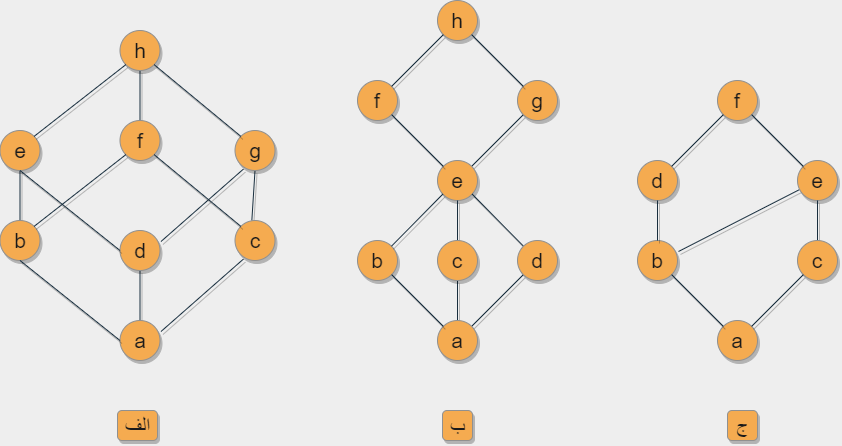
Before: 4,5/v3.drawio.png, a diagram exported from draw.io (CenaAshoori/DM-CONTENT). Source tidied: cells renumbered, new cells last; positions are measured from the earlier drawing's top-left corner, leaving out a move shared by most shapes.
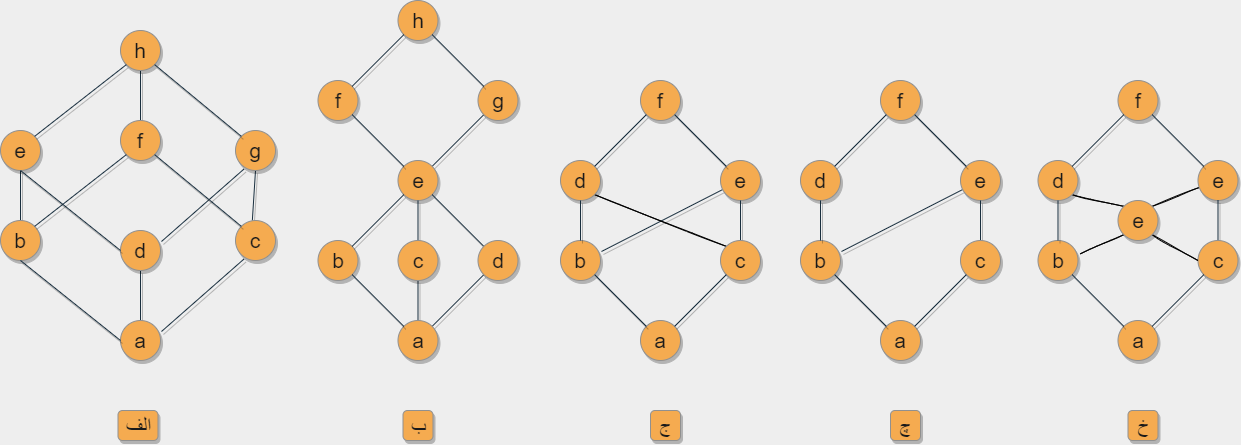
The same file after the commit.

Diff of the diagram source:
```diff
@@ -44,3 +44,3 @@
     <mxCell id="15" value="h" style="ellipse;whiteSpace=wrap;html=1;sketch=0;rounded=1;labelBackgroundColor=none;labelBorderColor=none;fontSize=21;fontFamily=Helvetica;shadow=1;fillColor=#F5AB50;strokeColor=#909090;fontColor=#1A1A1A;" parent="1" vertex="1">
-      <mxGeometry x="438" width="40" height="40" as="geometry" />
+      <mxGeometry x="235.5" width="40" height="40" as="geometry" />
     </mxCell>
@@ -50,12 +50,12 @@
     <mxCell id="17" value="g" style="ellipse;whiteSpace=wrap;html=1;sketch=0;rounded=1;labelBackgroundColor=none;labelBorderColor=none;fontSize=21;fontFamily=Helvetica;shadow=1;fillColor=#F5AB50;strokeColor=#909090;fontColor=#1A1A1A;" parent="1" vertex="1">
-      <mxGeometry x="518" y="80" width="40" height="40" as="geometry" />
+      <mxGeometry x="315.5" y="80" width="40" height="40" as="geometry" />
     </mxCell>
     <mxCell id="18" value="e" style="ellipse;whiteSpace=wrap;html=1;sketch=0;rounded=1;labelBackgroundColor=none;labelBorderColor=none;fontSize=21;fontFamily=Helvetica;shadow=1;fillColor=#F5AB50;strokeColor=#909090;fontColor=#1A1A1A;" parent="1" vertex="1">
-      <mxGeometry x="438" y="160" width="40" height="40" as="geometry" />
+      <mxGeometry x="235.5" y="160" width="40" height="40" as="geometry" />
     </mxCell>
     <mxCell id="19" value="b" style="ellipse;whiteSpace=wrap;html=1;sketch=0;rounded=1;labelBackgroundColor=none;labelBorderColor=none;fontSize=21;fontFamily=Helvetica;shadow=1;fillColor=#F5AB50;strokeColor=#909090;fontColor=#1A1A1A;" parent="1" vertex="1">
-      <mxGeometry x="358" y="240" width="40" height="40" as="geometry" />
+      <mxGeometry x="155.5" y="240" width="40" height="40" as="geometry" />
     </mxCell>
     <mxCell id="20" value="f" style="ellipse;whiteSpace=wrap;html=1;sketch=0;rounded=1;labelBackgroundColor=none;labelBorderColor=none;fontSize=21;fontFamily=Helvetica;shadow=1;fillColor=#F5AB50;strokeColor=#909090;fontColor=#1A1A1A;" parent="1" vertex="1">
-      <mxGeometry x="358" y="80" width="40" height="40" as="geometry" />
+      <mxGeometry x="155.5" y="80" width="40" height="40" as="geometry" />
     </mxCell>
@@ -68,3 +68,3 @@
     <mxCell id="23" value="a" style="ellipse;whiteSpace=wrap;html=1;sketch=0;rounded=1;labelBackgroundColor=none;labelBorderColor=none;fontSize=21;fontFamily=Helvetica;shadow=1;fillColor=#F5AB50;strokeColor=#909090;fontColor=#1A1A1A;" parent="1" vertex="1">
-      <mxGeometry x="438" y="320" width="40" height="40" as="geometry" />
+      <mxGeometry x="235.5" y="320" width="40" height="40" as="geometry" />
     </mxCell>
@@ -89,3 +89,3 @@
     <mxCell id="30" value="d" style="ellipse;whiteSpace=wrap;html=1;sketch=0;rounded=1;labelBackgroundColor=none;labelBorderColor=none;fontSize=21;fontFamily=Helvetica;shadow=1;fillColor=#F5AB50;strokeColor=#909090;fontColor=#1A1A1A;" parent="1" vertex="1">
-      <mxGeometry x="518" y="240" width="40" height="40" as="geometry" />
+      <mxGeometry x="315.5" y="240" width="40" height="40" as="geometry" />
     </mxCell>
@@ -95,3 +95,3 @@
     <mxCell id="32" value="h" style="ellipse;whiteSpace=wrap;html=1;sketch=0;rounded=1;labelBackgroundColor=none;labelBorderColor=none;fontSize=21;fontFamily=Helvetica;shadow=1;fillColor=#F5AB50;strokeColor=#909090;fontColor=#1A1A1A;" parent="1" vertex="1">
-      <mxGeometry x="120.5" y="30" width="40" height="40" as="geometry" />
+      <mxGeometry x="-42" y="30" width="40" height="40" as="geometry" />
     </mxCell>
@@ -104,3 +104,3 @@
     <mxCell id="35" value="g" style="ellipse;whiteSpace=wrap;html=1;sketch=0;rounded=1;labelBackgroundColor=none;labelBorderColor=none;fontSize=21;fontFamily=Helvetica;shadow=1;fillColor=#F5AB50;strokeColor=#909090;fontColor=#1A1A1A;" parent="1" vertex="1">
-      <mxGeometry x="235.5" y="130" width="40" height="40" as="geometry" />
+      <mxGeometry x="73" y="130" width="40" height="40" as="geometry" />
     </mxCell>
@@ -110,3 +110,3 @@
     <mxCell id="37" value="d" style="ellipse;whiteSpace=wrap;html=1;sketch=0;rounded=1;labelBackgroundColor=none;labelBorderColor=none;fontSize=21;fontFamily=Helvetica;shadow=1;fillColor=#F5AB50;strokeColor=#909090;fontColor=#1A1A1A;" parent="1" vertex="1">
-      <mxGeometry x="120.5" y="230" width="40" height="40" as="geometry" />
+      <mxGeometry x="-42" y="230" width="40" height="40" as="geometry" />
     </mxCell>
@@ -116,3 +116,3 @@
     <mxCell id="39" value="e" style="ellipse;whiteSpace=wrap;html=1;sketch=0;rounded=1;labelBackgroundColor=none;labelBorderColor=none;fontSize=21;fontFamily=Helvetica;shadow=1;fillColor=#F5AB50;strokeColor=#909090;fontColor=#1A1A1A;" parent="1" vertex="1">
-      <mxGeometry x="0.5" y="130" width="40" height="40" as="geometry" />
+      <mxGeometry x="-162" y="130" width="40" height="40" as="geometry" />
     </mxCell>
@@ -128,3 +128,3 @@
     <mxCell id="43" value="f" style="ellipse;whiteSpace=wrap;html=1;sketch=0;rounded=1;labelBackgroundColor=none;labelBorderColor=none;fontSize=21;fontFamily=Helvetica;shadow=1;fillColor=#F5AB50;strokeColor=#909090;fontColor=#1A1A1A;" parent="1" vertex="1">
-      <mxGeometry x="120.5" y="120" width="40" height="40" as="geometry" />
+      <mxGeometry x="-42" y="120" width="40" height="40" as="geometry" />
     </mxCell>
@@ -134,9 +134,9 @@
     <mxCell id="45" value="c" style="ellipse;whiteSpace=wrap;html=1;sketch=0;rounded=1;labelBackgroundColor=none;labelBorderColor=none;fontSize=21;fontFamily=Helvetica;shadow=1;fillColor=#F5AB50;strokeColor=#909090;fontColor=#1A1A1A;" parent="1" vertex="1">
-      <mxGeometry x="235.5" y="220" width="40" height="40" as="geometry" />
+      <mxGeometry x="73" y="220" width="40" height="40" as="geometry" />
     </mxCell>
     <mxCell id="46" value="a" style="ellipse;whiteSpace=wrap;html=1;sketch=0;rounded=1;labelBackgroundColor=none;labelBorderColor=none;fontSize=21;fontFamily=Helvetica;shadow=1;fillColor=#F5AB50;strokeColor=#909090;fontColor=#1A1A1A;" parent="1" vertex="1">
-      <mxGeometry x="120.5" y="320" width="40" height="40" as="geometry" />
+      <mxGeometry x="-42" y="320" width="40" height="40" as="geometry" />
     </mxCell>
     <mxCell id="47" value="b" style="ellipse;whiteSpace=wrap;html=1;sketch=0;rounded=1;labelBackgroundColor=none;labelBorderColor=none;fontSize=21;fontFamily=Helvetica;shadow=1;fillColor=#F5AB50;strokeColor=#909090;fontColor=#1A1A1A;" parent="1" vertex="1">
-      <mxGeometry x="0.5" y="220" width="40" height="40" as="geometry" />
+      <mxGeometry x="-162" y="220" width="40" height="40" as="geometry" />
     </mxCell>
@@ -153,3 +153,3 @@
       <mxGeometry relative="1" as="geometry">
-        <mxPoint x="458" y="200" as="targetPoint" />
+        <mxPoint x="255.5" y="200" as="targetPoint" />
       </mxGeometry>
@@ -157,13 +157,112 @@
     <mxCell id="52" value="c" style="ellipse;whiteSpace=wrap;html=1;sketch=0;rounded=1;labelBackgroundColor=none;labelBorderColor=none;fontSize=21;fontFamily=Helvetica;shadow=1;fillColor=#F5AB50;strokeColor=#909090;fontColor=#1A1A1A;" parent="1" vertex="1">
-      <mxGeometry x="438" y="240" width="40" height="40" as="geometry" />
+      <mxGeometry x="235.5" y="240" width="40" height="40" as="geometry" />
     </mxCell>
     <mxCell id="53" value="&lt;font style=&quot;font-size: 21px;&quot;&gt;الف&lt;/font&gt;" style="text;html=1;align=center;verticalAlign=middle;fontSize=21;sketch=0;rounded=1;labelBackgroundColor=none;labelBorderColor=none;fontFamily=Helvetica;shadow=1;fillColor=#F5AB50;strokeColor=#909090;fontColor=#1A1A1A;" parent="1" vertex="1">
-      <mxGeometry x="118" y="410" width="40" height="30" as="geometry" />
+      <mxGeometry x="-44.5" y="410" width="40" height="30" as="geometry" />
     </mxCell>
     <mxCell id="54" value="&lt;font style=&quot;font-size: 21px;&quot;&gt;ب&lt;/font&gt;" style="text;html=1;align=center;verticalAlign=middle;fontSize=21;sketch=0;rounded=1;labelBackgroundColor=none;labelBorderColor=none;fontFamily=Helvetica;shadow=1;fillColor=#F5AB50;strokeColor=#909090;fontColor=#1A1A1A;" parent="1" vertex="1">
-      <mxGeometry x="443" y="410" width="30" height="30" as="geometry" />
+      <mxGeometry x="240.5" y="410" width="30" height="30" as="geometry" />
     </mxCell>
-    <mxCell id="55" value="&lt;font style=&quot;font-size: 21px;&quot;&gt;ج&lt;/font&gt;" style="text;html=1;align=center;verticalAlign=middle;fontSize=21;sketch=0;rounded=1;labelBackgroundColor=none;labelBorderColor=none;fontFamily=Helvetica;shadow=1;fillColor=#F5AB50;strokeColor=#909090;fontColor=#1A1A1A;" parent="1" vertex="1">
+    <mxCell id="55" value="&lt;font style=&quot;font-size: 21px&quot;&gt;چ&lt;/font&gt;" style="text;html=1;align=center;verticalAlign=middle;fontSize=21;sketch=0;rounded=1;labelBackgroundColor=none;labelBorderColor=none;fontFamily=Helvetica;shadow=1;fillColor=#F5AB50;strokeColor=#909090;fontColor=#1A1A1A;" parent="1" vertex="1">
       <mxGeometry x="728" y="410" width="30" height="30" as="geometry" />
     </mxCell>
+    <mxCell id="56" value="&lt;font style=&quot;font-size: 21px;&quot;&gt;f&lt;/font&gt;" style="ellipse;whiteSpace=wrap;html=1;sketch=0;rounded=1;labelBackgroundColor=none;labelBorderColor=none;fontSize=21;fontFamily=Helvetica;shadow=1;fillColor=#F5AB50;strokeColor=#909090;fontColor=#1A1A1A;" parent="1" vertex="1">
+      <mxGeometry x="478" y="80" width="40" height="40" as="geometry" />
+    </mxCell>
+    <mxCell id="57" style="edgeStyle=none;jettySize=auto;html=1;entryX=1.025;entryY=0.275;entryDx=0;entryDy=0;entryPerimeter=0;endArrow=none;endFill=0;fontColor=#1A1A1A;sketch=0;labelBackgroundColor=none;labelBorderColor=none;fontSize=21;fontFamily=Helvetica;shadow=1;strokeColor=#182E3E;" parent="1" edge="1" source="58" target="59">
+      <mxGeometry relative="1" as="geometry" />
+    </mxCell>
+    <mxCell id="58" value="e" style="ellipse;whiteSpace=wrap;html=1;sketch=0;rounded=1;labelBackgroundColor=none;labelBorderColor=none;fontSize=21;fontFamily=Helvetica;shadow=1;fillColor=#F5AB50;strokeColor=#909090;fontColor=#1A1A1A;" parent="1" vertex="1">
+      <mxGeometry x="558" y="160" width="40" height="40" as="geometry" />
+    </mxCell>
+    <mxCell id="59" value="b" style="ellipse;whiteSpace=wrap;html=1;sketch=0;rounded=1;labelBackgroundColor=none;labelBorderColor=none;fontSize=21;fontFamily=Helvetica;shadow=1;fillColor=#F5AB50;strokeColor=#909090;fontColor=#1A1A1A;" parent="1" vertex="1">
+      <mxGeometry x="398" y="240" width="40" height="40" as="geometry" />
+    </mxCell>
+    <mxCell id="60" value="a" style="ellipse;whiteSpace=wrap;html=1;sketch=0;rounded=1;labelBackgroundColor=none;labelBorderColor=none;fontSize=21;fontFamily=Helvetica;shadow=1;fillColor=#F5AB50;strokeColor=#909090;fontColor=#1A1A1A;" parent="1" vertex="1">
+      <mxGeometry x="478" y="320" width="40" height="40" as="geometry" />
+    </mxCell>
+    <mxCell id="61" style="edgeStyle=none;rounded=1;sketch=1;jettySize=auto;html=1;exitX=1;exitY=1;exitDx=0;exitDy=0;entryX=0;entryY=0;entryDx=0;entryDy=0;fontColor=#1A1A1A;strokeColor=default;endArrow=none;endFill=0;" parent="1" edge="1" source="62" target="64">
+      <mxGeometry relative="1" as="geometry" />
+    </mxCell>
+    <mxCell id="62" value="d" style="ellipse;whiteSpace=wrap;html=1;sketch=0;rounded=1;labelBackgroundColor=none;labelBorderColor=none;fontSize=21;fontFamily=Helvetica;shadow=1;fillColor=#F5AB50;strokeColor=#909090;fontColor=#1A1A1A;" parent="1" vertex="1">
+      <mxGeometry x="398" y="160" width="40" height="40" as="geometry" />
+    </mxCell>
+    <mxCell id="63" style="jettySize=auto;html=1;endArrow=none;endFill=0;fontColor=#1A1A1A;sketch=0;labelBackgroundColor=none;labelBorderColor=none;fontSize=21;fontFamily=Helvetica;shadow=1;strokeColor=#182E3E;" parent="1" edge="1" source="64" target="58">
+      <mxGeometry relative="1" as="geometry" />
+    </mxCell>
+    <mxCell id="64" value="c" style="ellipse;whiteSpace=wrap;html=1;sketch=0;rounded=1;labelBackgroundColor=none;labelBorderColor=none;fontSize=21;fontFamily=Helvetica;shadow=1;fillColor=#F5AB50;strokeColor=#909090;fontColor=#1A1A1A;" parent="1" vertex="1">
+      <mxGeometry x="558" y="240" width="40" height="40" as="geometry" />
+    </mxCell>
+    <mxCell id="65" style="endArrow=none;html=1;entryX=1;entryY=1;entryDx=0;entryDy=0;exitX=0;exitY=0;exitDx=0;exitDy=0;fontColor=#1A1A1A;sketch=0;labelBackgroundColor=none;labelBorderColor=none;fontSize=21;fontFamily=Helvetica;shadow=1;strokeColor=#182E3E;" parent="1" edge="1" source="58" target="56">
+      <mxGeometry relative="1" as="geometry" />
+    </mxCell>
+    <mxCell id="66" style="endArrow=none;html=1;exitX=1;exitY=0;exitDx=0;exitDy=0;entryX=0;entryY=1;entryDx=0;entryDy=0;fontColor=#1A1A1A;sketch=0;labelBackgroundColor=none;labelBorderColor=none;fontSize=21;fontFamily=Helvetica;shadow=1;strokeColor=#182E3E;" parent="1" edge="1" source="62" target="56">
+      <mxGeometry relative="1" as="geometry" />
+    </mxCell>
+    <mxCell id="67" style="endArrow=none;html=1;entryX=0;entryY=1;entryDx=0;entryDy=0;exitX=1;exitY=0;exitDx=0;exitDy=0;fontColor=#1A1A1A;sketch=0;labelBackgroundColor=none;labelBorderColor=none;fontSize=21;fontFamily=Helvetica;shadow=1;strokeColor=#182E3E;" parent="1" edge="1" source="60" target="64">
+      <mxGeometry relative="1" as="geometry" />
+    </mxCell>
+    <mxCell id="68" style="endArrow=none;html=1;exitX=0.5;exitY=0;exitDx=0;exitDy=0;entryX=0.5;entryY=1;entryDx=0;entryDy=0;fontColor=#1A1A1A;sketch=0;labelBackgroundColor=none;labelBorderColor=none;fontSize=21;fontFamily=Helvetica;shadow=1;strokeColor=#182E3E;" parent="1" edge="1" source="59" target="62">
+      <mxGeometry relative="1" as="geometry" />
+    </mxCell>
+    <mxCell id="69" style="endArrow=none;html=1;entryX=1;entryY=1;entryDx=0;entryDy=0;fontColor=#1A1A1A;sketch=0;labelBackgroundColor=none;labelBorderColor=none;fontSize=21;fontFamily=Helvetica;shadow=1;strokeColor=#182E3E;" parent="1" edge="1" source="60" target="59">
+      <mxGeometry relative="1" as="geometry" />
+    </mxCell>
+    <mxCell id="70" value="&lt;font style=&quot;font-size: 21px&quot;&gt;ج&lt;/font&gt;" style="text;html=1;align=center;verticalAlign=middle;fontSize=21;sketch=0;rounded=1;labelBackgroundColor=none;labelBorderColor=none;fontFamily=Helvetica;shadow=1;fillColor=#F5AB50;strokeColor=#909090;fontColor=#1A1A1A;" parent="1" vertex="1">
+      <mxGeometry x="488" y="410" width="30" height="30" as="geometry" />
+    </mxCell>
+    <mxCell id="71" value="&lt;font style=&quot;font-size: 21px;&quot;&gt;f&lt;/font&gt;" style="ellipse;whiteSpace=wrap;html=1;sketch=0;rounded=1;labelBackgroundColor=none;labelBorderColor=none;fontSize=21;fontFamily=Helvetica;shadow=1;fillColor=#F5AB50;strokeColor=#909090;fontColor=#1A1A1A;" parent="1" vertex="1">
+      <mxGeometry x="955.5" y="80" width="40" height="40" as="geometry" />
+    </mxCell>
+    <mxCell id="72" style="edgeStyle=none;rounded=1;sketch=1;jettySize=auto;html=1;fontColor=#1A1A1A;endArrow=none;endFill=0;strokeColor=default;entryX=1;entryY=0;entryDx=0;entryDy=0;" parent="1" edge="1" source="73" target="88">
+      <mxGeometry relative="1" as="geometry" />
+    </mxCell>
+    <mxCell id="73" value="e" style="ellipse;whiteSpace=wrap;html=1;sketch=0;rounded=1;labelBackgroundColor=none;labelBorderColor=none;fontSize=21;fontFamily=Helvetica;shadow=1;fillColor=#F5AB50;strokeColor=#909090;fontColor=#1A1A1A;" parent="1" vertex="1">
+      <mxGeometry x="1035.5" y="160" width="40" height="40" as="geometry" />
+    </mxCell>
+    <mxCell id="74" value="b" style="ellipse;whiteSpace=wrap;html=1;sketch=0;rounded=1;labelBackgroundColor=none;labelBorderColor=none;fontSize=21;fontFamily=Helvetica;shadow=1;fillColor=#F5AB50;strokeColor=#909090;fontColor=#1A1A1A;" parent="1" vertex="1">
+      <mxGeometry x="875.5" y="240" width="40" height="40" as="geometry" />
+    </mxCell>
+    <mxCell id="75" value="a" style="ellipse;whiteSpace=wrap;html=1;sketch=0;rounded=1;labelBackgroundColor=none;labelBorderColor=none;fontSize=21;fontFamily=Helvetica;shadow=1;fillColor=#F5AB50;strokeColor=#909090;fontColor=#1A1A1A;" parent="1" vertex="1">
+      <mxGeometry x="955.5" y="320" width="40" height="40" as="geometry" />
+    </mxCell>
+    <mxCell id="76" style="edgeStyle=none;rounded=1;sketch=1;jettySize=auto;html=1;exitX=1;exitY=1;exitDx=0;exitDy=0;entryX=0;entryY=0;entryDx=0;entryDy=0;fontColor=#1A1A1A;endArrow=none;endFill=0;strokeColor=default;" parent="1" edge="1" source="77" target="88">
+      <mxGeometry relative="1" as="geometry" />
+    </mxCell>
+    <mxCell id="77" value="d" style="ellipse;whiteSpace=wrap;html=1;sketch=0;rounded=1;labelBackgroundColor=none;labelBorderColor=none;fontSize=21;fontFamily=Helvetica;shadow=1;fillColor=#F5AB50;strokeColor=#909090;fontColor=#1A1A1A;" parent="1" vertex="1">
+      <mxGeometry x="875.5" y="160" width="40" height="40" as="geometry" />
+    </mxCell>
+    <mxCell id="78" style="jettySize=auto;html=1;endArrow=none;endFill=0;fontColor=#1A1A1A;sketch=0;labelBackgroundColor=none;labelBorderColor=none;fontSize=21;fontFamily=Helvetica;shadow=1;strokeColor=#182E3E;" parent="1" edge="1" source="79" target="73">
+      <mxGeometry relative="1" as="geometry" />
+    </mxCell>
+    <mxCell id="79" value="c" style="ellipse;whiteSpace=wrap;html=1;sketch=0;rounded=1;labelBackgroundColor=none;labelBorderColor=none;fontSize=21;fontFamily=Helvetica;shadow=1;fillColor=#F5AB50;strokeColor=#909090;fontColor=#1A1A1A;" parent="1" vertex="1">
+      <mxGeometry x="1035.5" y="240" width="40" height="40" as="geometry" />
+    </mxCell>
+    <mxCell id="80" style="endArrow=none;html=1;entryX=1;entryY=1;entryDx=0;entryDy=0;exitX=0;exitY=0;exitDx=0;exitDy=0;fontColor=#1A1A1A;sketch=0;labelBackgroundColor=none;labelBorderColor=none;fontSize=21;fontFamily=Helvetica;shadow=1;strokeColor=#182E3E;" parent="1" edge="1" source="73" target="71">
+      <mxGeometry relative="1" as="geometry" />
+    </mxCell>
+    <mxCell id="81" style="endArrow=none;html=1;exitX=1;exitY=0;exitDx=0;exitDy=0;entryX=0;entryY=1;entryDx=0;entryDy=0;fontColor=#1A1A1A;sketch=0;labelBackgroundColor=none;labelBorderColor=none;fontSize=21;fontFamily=Helvetica;shadow=1;strokeColor=#182E3E;" parent="1" edge="1" source="77" target="71">
+      <mxGeometry relative="1" as="geometry" />
+    </mxCell>
+    <mxCell id="82" style="endArrow=none;html=1;entryX=0;entryY=1;entryDx=0;entryDy=0;exitX=1;exitY=0;exitDx=0;exitDy=0;fontColor=#1A1A1A;sketch=0;labelBackgroundColor=none;labelBorderColor=none;fontSize=21;fontFamily=Helvetica;shadow=1;strokeColor=#182E3E;" parent="1" edge="1" source="75" target="79">
+      <mxGeometry relative="1" as="geometry" />
+    </mxCell>
+    <mxCell id="83" style="endArrow=none;html=1;exitX=0.5;exitY=0;exitDx=0;exitDy=0;entryX=0.5;entryY=1;entryDx=0;entryDy=0;fontColor=#1A1A1A;sketch=0;labelBackgroundColor=none;labelBorderColor=none;fontSize=21;fontFamily=Helvetica;shadow=1;strokeColor=#182E3E;" parent="1" edge="1" source="74" target="77">
+      <mxGeometry relative="1" as="geometry" />
+    </mxCell>
+    <mxCell id="84" style="endArrow=none;html=1;entryX=1;entryY=1;entryDx=0;entryDy=0;fontColor=#1A1A1A;sketch=0;labelBackgroundColor=none;labelBorderColor=none;fontSize=21;fontFamily=Helvetica;shadow=1;strokeColor=#182E3E;" parent="1" edge="1" source="75" target="74">
+      <mxGeometry relative="1" as="geometry" />
+    </mxCell>
+    <mxCell id="85" value="&lt;font style=&quot;font-size: 21px&quot;&gt;خ&lt;/font&gt;" style="text;html=1;align=center;verticalAlign=middle;fontSize=21;sketch=0;rounded=1;labelBackgroundColor=none;labelBorderColor=none;fontFamily=Helvetica;shadow=1;fillColor=#F5AB50;strokeColor=#909090;fontColor=#1A1A1A;" parent="1" vertex="1">
+      <mxGeometry x="965.5" y="410" width="30" height="30" as="geometry" />
+    </mxCell>
+    <mxCell id="86" style="edgeStyle=none;rounded=1;sketch=1;jettySize=auto;html=1;exitX=1;exitY=1;exitDx=0;exitDy=0;entryX=0;entryY=0.5;entryDx=0;entryDy=0;fontColor=#1A1A1A;endArrow=none;endFill=0;strokeColor=default;" parent="1" edge="1" source="88" target="79">
+      <mxGeometry relative="1" as="geometry" />
+    </mxCell>
+    <mxCell id="87" style="edgeStyle=none;rounded=1;sketch=1;jettySize=auto;html=1;exitX=0;exitY=1;exitDx=0;exitDy=0;entryX=1.056;entryY=0.335;entryDx=0;entryDy=0;entryPerimeter=0;fontColor=#1A1A1A;endArrow=none;endFill=0;strokeColor=default;" parent="1" edge="1" source="88" target="74">
+      <mxGeometry relative="1" as="geometry" />
+    </mxCell>
+    <mxCell id="88" value="e" style="ellipse;whiteSpace=wrap;html=1;sketch=0;rounded=1;labelBackgroundColor=none;labelBorderColor=none;fontSize=21;fontFamily=Helvetica;shadow=1;fillColor=#F5AB50;strokeColor=#909090;fontColor=#1A1A1A;" parent="1" vertex="1">
+      <mxGeometry x="955.5" y="200" width="40" height="40" as="geometry" />
+    </mxCell>
   </root>
```
